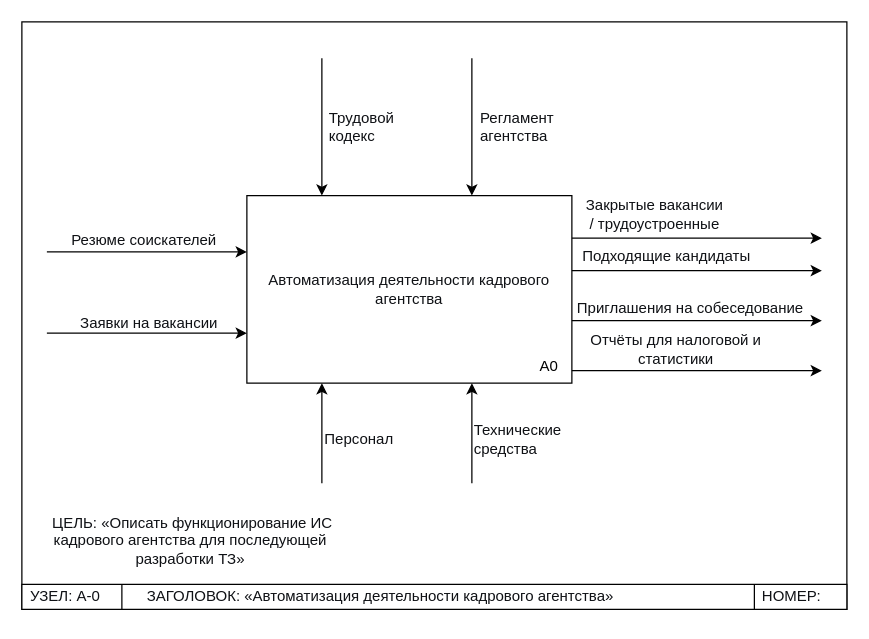
Before: page "Страница-1" (1 of 3) of пррр.drawio in Dasha-Angel/work, a draw.io diagram. Source tidied: cells renumbered, new cells numbered last; positions are measured from the earlier drawing's top-left corner, leaving out a move shared by most shapes. Both pictures are drawn from the tidied source at 125%, with x=0, y=0 at pixel (21, 21).
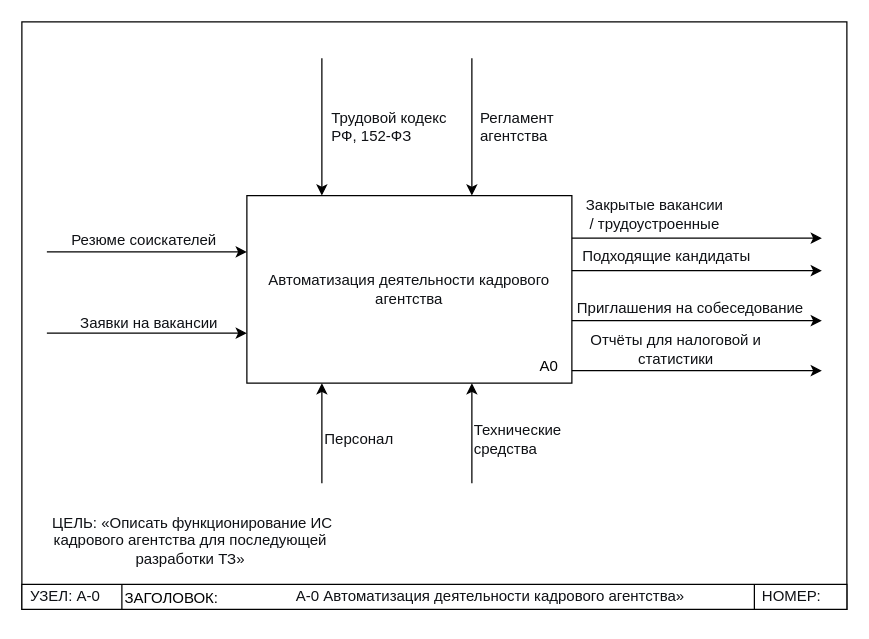
After the change.

The edit, as a diff of the source:
```diff
@@
-    <mxCell id="6" value="&lt;span style=&quot;color: rgb(15, 17, 21); background-color: rgb(255, 255, 255);&quot;&gt;&lt;font face=&quot;Helvetica&quot;&gt;Трудовой кодекс&lt;/font&gt;&lt;/span&gt;" style="text;html=1;whiteSpace=wrap;strokeColor=none;fillColor=none;align=left;verticalAlign=middle;rounded=0;" parent="1" vertex="1">
-      <mxGeometry x="244" y="69" width="60" height="30" as="geometry" />
-    </mxCell>
@@
-    <mxCell id="31" value="&lt;font&gt;&lt;span style=&quot;color: rgb(15, 17, 21); text-align: start; background-color: rgb(255, 255, 255);&quot;&gt;&lt;span class=&quot;&quot; style=&quot;&quot;&gt;ЗАГОЛОВОК:&lt;/span&gt;&lt;/span&gt;&lt;span class=&quot;&quot; style=&quot;color: rgb(15, 17, 21); text-align: start; background-color: rgb(255, 255, 255);&quot;&gt;&amp;nbsp;«Автоматизация деятельности кадрового агентства»&lt;/span&gt;&lt;/font&gt;" style="text;html=1;whiteSpace=wrap;strokeColor=none;fillColor=none;align=center;verticalAlign=middle;rounded=0;" parent="1" vertex="1">
-      <mxGeometry x="97" y="445" width="380" height="30" as="geometry" />
+    <mxCell id="31" value="&lt;font&gt;&lt;span class=&quot;&quot; style=&quot;color: rgb(15, 17, 21); text-align: start; background-color: rgb(255, 255, 255);&quot;&gt;А-0 Автоматизация деятельности кадрового агентства»&lt;/span&gt;&lt;/font&gt;" style="text;html=1;whiteSpace=wrap;strokeColor=none;fillColor=none;align=center;verticalAlign=middle;rounded=0;" parent="1" vertex="1">
+      <mxGeometry x="160" y="445" width="430" height="30" as="geometry" />
     </mxCell>
+    <mxCell id="32" value="&lt;span style=&quot;color: rgb(15, 17, 21); background-color: rgb(255, 255, 255);&quot;&gt;&lt;font&gt;Трудовой кодекс РФ, 152-ФЗ&lt;/font&gt;&lt;/span&gt;" style="text;html=1;whiteSpace=wrap;strokeColor=none;fillColor=none;align=left;verticalAlign=middle;rounded=0;" parent="1" vertex="1">
+      <mxGeometry x="246" y="69" width="100" height="30" as="geometry" />
+    </mxCell>
+    <mxCell id="33" value="ЗАГОЛОВОК:" style="text;html=1;whiteSpace=wrap;strokeColor=none;fillColor=none;align=center;verticalAlign=middle;rounded=0;" parent="1" vertex="1">
+      <mxGeometry x="80" y="446" width="80" height="30" as="geometry" />
+    </mxCell>
```
